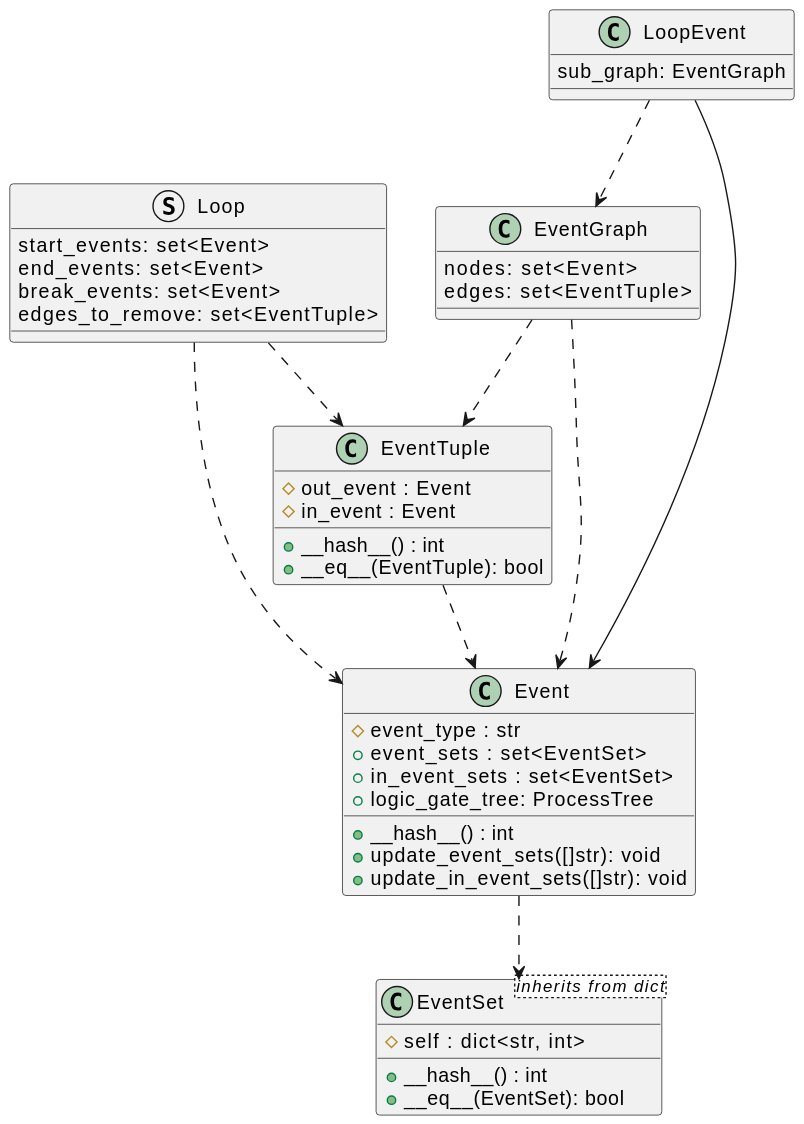
Before: docs/development/design/1-DN-SCC_loop_detection/class_diagrams.svg, a diagram exported from PlantUML (xtuml/otel2puml).
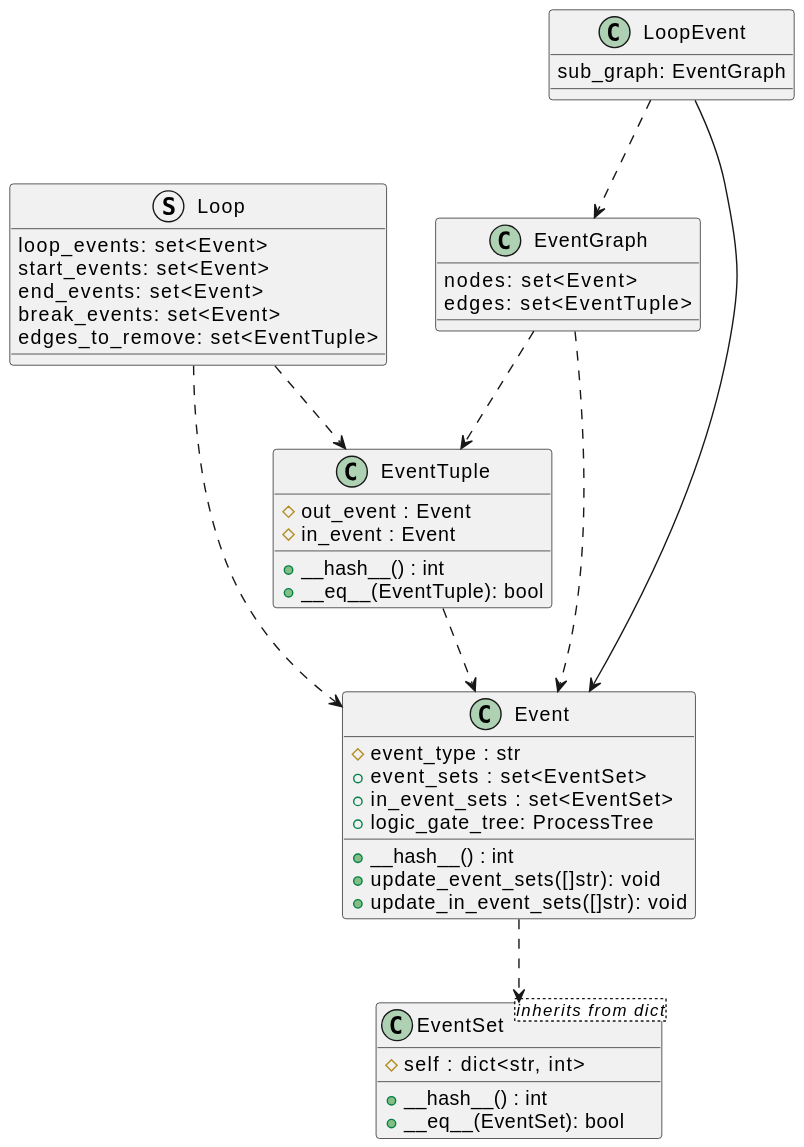
The same file after the commit.

What changed in the source:
```diff
@@ -10,6 +10,7 @@
 }
 
 struct Loop {
+    loop_events: set<Event>
     start_events: set<Event>
     end_events: set<Event>
     break_events: set<Event>
```
